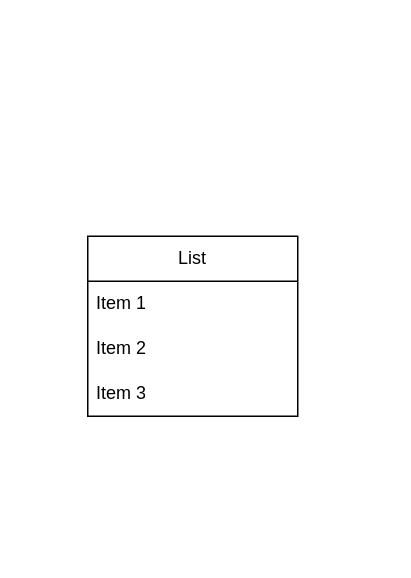
Earlier version of the draw.io diagram gestion-commerciale.drawio (LorinceTawamba/gestion-commerciale). Source tidied: cells renumbered, new cells numbered last; positions are measured from the earlier drawing's top-left corner, leaving out a move shared by most shapes. Both pictures are drawn from the tidied source at 150%, with x=0, y=0 at pixel (87, 236).
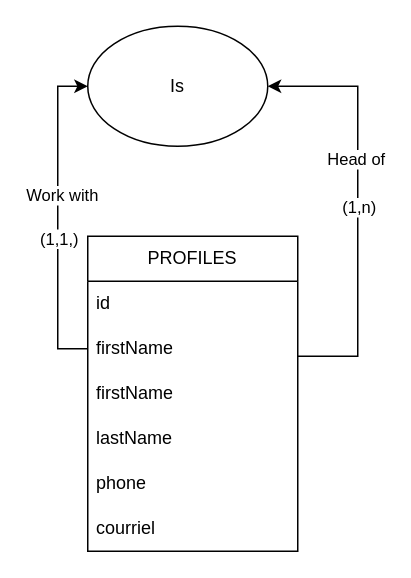
After the change.

Commit message (it also covers changes not shown here):
Mettre à jour gestion-commerciale.drawio

The edit, as a diff of the source:
```diff
@@
 <mxGraphModel>
   <root>
     <mxCell id="0" />
     <mxCell id="1" parent="0" />
+    <mxCell id="6" style="edgeStyle=orthogonalEdgeStyle;rounded=0;jettySize=auto;html=1;" parent="1" edge="1" source="2" target="12">
+      <mxGeometry relative="1" as="geometry">
+        <Array as="points">
+          <mxPoint x="180" y="80" />
+          <mxPoint x="180" y="-100" />
+        </Array>
+      </mxGeometry>
+    </mxCell>
+    <mxCell id="7" value="Head of" style="edgeLabel;html=1;align=center;verticalAlign=middle;" parent="6" vertex="1">
+      <mxGeometry x="0.23" y="2" relative="1" as="geometry" />
+    </mxCell>
+    <mxCell id="8" value="(1,n)" style="edgeLabel;html=1;align=center;verticalAlign=middle;" parent="6" vertex="1">
+      <mxGeometry x="0.34" relative="1" as="geometry">
+        <mxPoint y="48" as="offset" />
+      </mxGeometry>
+    </mxCell>
-    <mxCell id="2" value="List" style="swimlane;fontStyle=0;horizontal=1;startSize=30;whiteSpace=wrap;html=1;" parent="1" vertex="1">
-      <mxGeometry width="140" height="120" as="geometry" />
+    <mxCell id="2" value="PROFILES" style="swimlane;fontStyle=0;horizontal=1;startSize=30;whiteSpace=wrap;html=1;" parent="1" vertex="1">
+      <mxGeometry width="140" height="210" as="geometry" />
     </mxCell>
-    <mxCell id="3" value="Item 1" style="text;strokeColor=none;fillColor=none;align=left;verticalAlign=middle;spacingLeft=4;spacingRight=4;overflow=hidden;whiteSpace=wrap;html=1;" parent="2" vertex="1">
+    <mxCell id="3" value="id" style="text;strokeColor=none;fillColor=none;align=left;verticalAlign=middle;spacingLeft=4;spacingRight=4;overflow=hidden;whiteSpace=wrap;html=1;" parent="2" vertex="1">
       <mxGeometry y="30" width="140" height="30" as="geometry" />
     </mxCell>
-    <mxCell id="4" value="Item 2" style="text;strokeColor=none;fillColor=none;align=left;verticalAlign=middle;spacingLeft=4;spacingRight=4;overflow=hidden;points=[[0,0.5],[1,0.5]];portConstraint=eastwest;whiteSpace=wrap;html=1;" parent="2" vertex="1">
+    <mxCell id="4" value="firstName" style="text;strokeColor=none;fillColor=none;align=left;verticalAlign=middle;spacingLeft=4;spacingRight=4;overflow=hidden;points=[[0,0.5],[1,0.5]];portConstraint=eastwest;whiteSpace=wrap;html=1;" parent="2" vertex="1">
       <mxGeometry y="60" width="140" height="30" as="geometry" />
     </mxCell>
+    <mxCell id="9" value="firstName" style="text;strokeColor=none;fillColor=none;align=left;verticalAlign=middle;spacingLeft=4;spacingRight=4;overflow=hidden;whiteSpace=wrap;html=1;" parent="2" vertex="1">
+      <mxGeometry y="90" width="140" height="30" as="geometry" />
+    </mxCell>
-    <mxCell id="5" value="Item 3" style="text;strokeColor=none;fillColor=none;align=left;verticalAlign=middle;spacingLeft=4;spacingRight=4;overflow=hidden;whiteSpace=wrap;html=1;" parent="2" vertex="1">
-      <mxGeometry y="90" width="140" height="30" as="geometry" />
+    <mxCell id="5" value="lastName" style="text;strokeColor=none;fillColor=none;align=left;verticalAlign=middle;spacingLeft=4;spacingRight=4;overflow=hidden;whiteSpace=wrap;html=1;" parent="2" vertex="1">
+      <mxGeometry y="120" width="140" height="30" as="geometry" />
     </mxCell>
+    <mxCell id="10" value="phone" style="text;strokeColor=none;fillColor=none;align=left;verticalAlign=middle;spacingLeft=4;spacingRight=4;overflow=hidden;whiteSpace=wrap;html=1;" parent="2" vertex="1">
+      <mxGeometry y="150" width="140" height="30" as="geometry" />
+    </mxCell>
+    <mxCell id="11" value="courriel" style="text;strokeColor=none;fillColor=none;align=left;verticalAlign=middle;spacingLeft=4;spacingRight=4;overflow=hidden;whiteSpace=wrap;html=1;" parent="2" vertex="1">
+      <mxGeometry y="180" width="140" height="30" as="geometry" />
+    </mxCell>
+    <mxCell id="12" value="Is" style="ellipse;whiteSpace=wrap;html=1;" parent="1" vertex="1">
+      <mxGeometry y="-140" width="120" height="80" as="geometry" />
+    </mxCell>
+    <mxCell id="13" style="edgeStyle=orthogonalEdgeStyle;rounded=0;jettySize=auto;html=1;" parent="1" edge="1" source="4" target="12">
+      <mxGeometry relative="1" as="geometry">
+        <Array as="points">
+          <mxPoint x="-20" y="75" />
+          <mxPoint x="-20" y="-100" />
+        </Array>
+      </mxGeometry>
+    </mxCell>
+    <mxCell id="14" value="Work with" style="edgeLabel;html=1;align=center;verticalAlign=middle;" parent="13" vertex="1">
+      <mxGeometry x="0.14" y="-2" relative="1" as="geometry" />
+    </mxCell>
+    <mxCell id="15" value="(1,1,)" style="edgeLabel;html=1;align=center;verticalAlign=middle;" parent="13" vertex="1">
+      <mxGeometry x="-0.13" relative="1" as="geometry" />
+    </mxCell>
   </root>
 </mxGraphModel>
```
